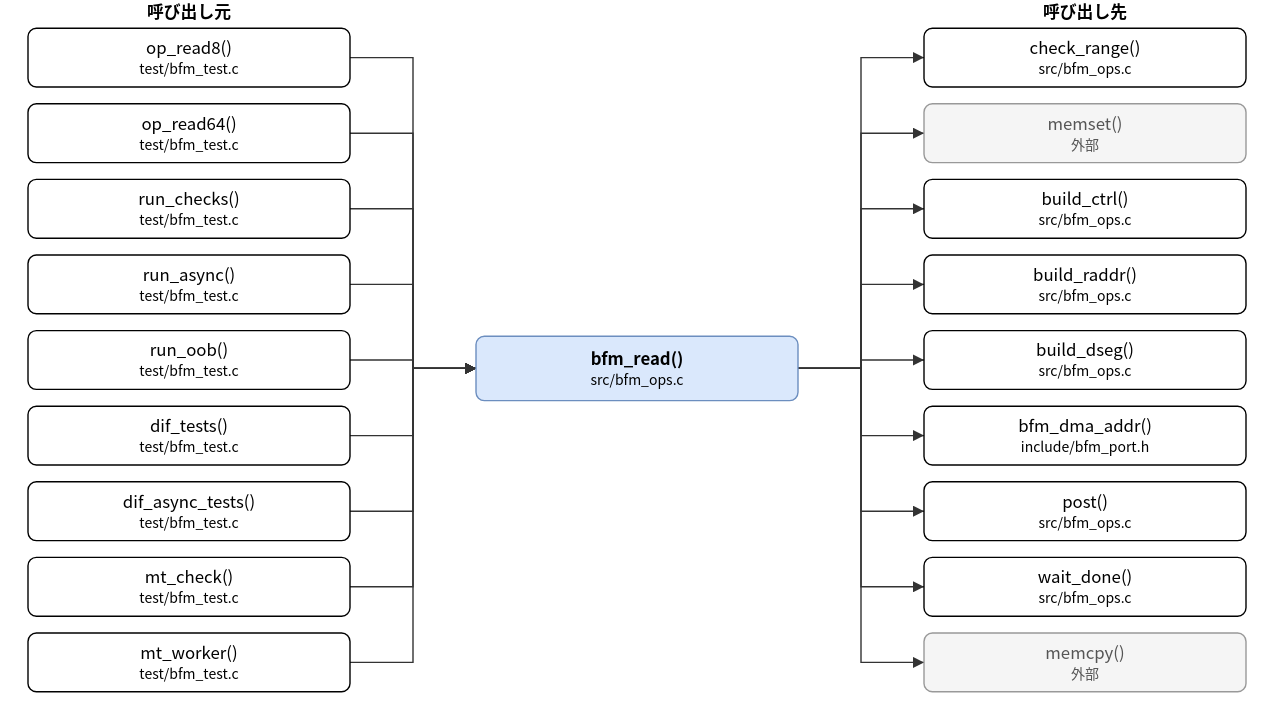
Above: doc/spec/images/call_src_bfm_ops-bfm_read.drawio.svg in hf355051012-ai/bfmem (draw.io), before the change. Source tidied: cells renumbered, new cells last; positions are measured from the earlier drawing's top-left corner, leaving out a move shared by most shapes.
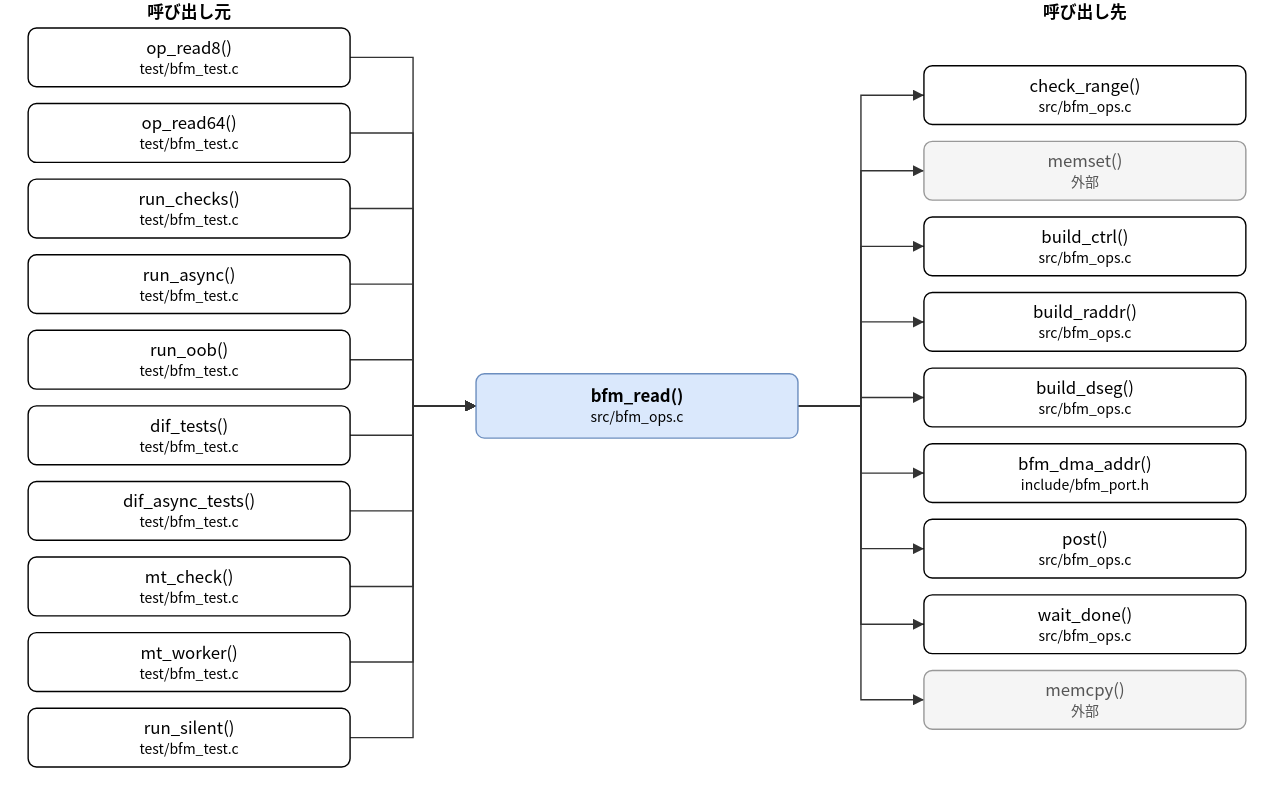
Above is the later version.

Change to the diagram source:
```diff
@@ -3,7 +3,7 @@
     <mxCell id="0" />
     <mxCell id="1" parent="0" />
     <mxCell id="2" value="bfm_read()&lt;br&gt;&lt;font style=&quot;font-size:10px&quot;&gt;src/bfm_ops.c&lt;/font&gt;" style="rounded=1;whiteSpace=wrap;html=1;fillColor=#dae8fc;strokeColor=#6c8ebf;fontStyle=1;" parent="1" vertex="1">
-      <mxGeometry x="320" y="240" width="230" height="46" as="geometry" />
+      <mxGeometry x="320" y="267" width="230" height="46" as="geometry" />
     </mxCell>
     <mxCell id="3" value="op_read8()&lt;br&gt;&lt;font style=&quot;font-size:10px&quot;&gt;test/bfm_test.c&lt;/font&gt;" style="rounded=1;whiteSpace=wrap;html=1;" parent="1" vertex="1">
       <mxGeometry y="20" width="230" height="42" as="geometry" />
@@ -32,38 +32,41 @@
     <mxCell id="11" value="mt_worker()&lt;br&gt;&lt;font style=&quot;font-size:10px&quot;&gt;test/bfm_test.c&lt;/font&gt;" style="rounded=1;whiteSpace=wrap;html=1;" parent="1" vertex="1">
       <mxGeometry y="452" width="230" height="42" as="geometry" />
     </mxCell>
+    <mxCell id="41" value="run_silent()&lt;br&gt;&lt;font style=&quot;font-size:10px&quot;&gt;test/bfm_test.c&lt;/font&gt;" style="rounded=1;whiteSpace=wrap;html=1;" parent="1" vertex="1">
+      <mxGeometry y="506" width="230" height="42" as="geometry" />
+    </mxCell>
     <mxCell id="12" value="check_range()&lt;br&gt;&lt;font style=&quot;font-size:10px&quot;&gt;src/bfm_ops.c&lt;/font&gt;" style="rounded=1;whiteSpace=wrap;html=1;" parent="1" vertex="1">
-      <mxGeometry x="640" y="20" width="230" height="42" as="geometry" />
+      <mxGeometry x="640" y="47" width="230" height="42" as="geometry" />
     </mxCell>
     <mxCell id="13" value="memset()&lt;br&gt;&lt;font style=&quot;font-size:10px&quot;&gt;外部&lt;/font&gt;" style="rounded=1;whiteSpace=wrap;html=1;fillColor=#f5f5f5;strokeColor=#999999;fontColor=#555555;" parent="1" vertex="1">
-      <mxGeometry x="640" y="74" width="230" height="42" as="geometry" />
+      <mxGeometry x="640" y="101" width="230" height="42" as="geometry" />
     </mxCell>
     <mxCell id="14" value="build_ctrl()&lt;br&gt;&lt;font style=&quot;font-size:10px&quot;&gt;src/bfm_ops.c&lt;/font&gt;" style="rounded=1;whiteSpace=wrap;html=1;" parent="1" vertex="1">
-      <mxGeometry x="640" y="128" width="230" height="42" as="geometry" />
+      <mxGeometry x="640" y="155" width="230" height="42" as="geometry" />
     </mxCell>
     <mxCell id="15" value="build_raddr()&lt;br&gt;&lt;font style=&quot;font-size:10px&quot;&gt;src/bfm_ops.c&lt;/font&gt;" style="rounded=1;whiteSpace=wrap;html=1;" parent="1" vertex="1">
-      <mxGeometry x="640" y="182" width="230" height="42" as="geometry" />
+      <mxGeometry x="640" y="209" width="230" height="42" as="geometry" />
     </mxCell>
     <mxCell id="16" value="build_dseg()&lt;br&gt;&lt;font style=&quot;font-size:10px&quot;&gt;src/bfm_ops.c&lt;/font&gt;" style="rounded=1;whiteSpace=wrap;html=1;" parent="1" vertex="1">
-      <mxGeometry x="640" y="236" width="230" height="42" as="geometry" />
+      <mxGeometry x="640" y="263" width="230" height="42" as="geometry" />
     </mxCell>
     <mxCell id="17" value="bfm_dma_addr()&lt;br&gt;&lt;font style=&quot;font-size:10px&quot;&gt;include/bfm_port.h&lt;/font&gt;" style="rounded=1;whiteSpace=wrap;html=1;" parent="1" vertex="1">
-      <mxGeometry x="640" y="290" width="230" height="42" as="geometry" />
+      <mxGeometry x="640" y="317" width="230" height="42" as="geometry" />
     </mxCell>
     <mxCell id="18" value="post()&lt;br&gt;&lt;font style=&quot;font-size:10px&quot;&gt;src/bfm_ops.c&lt;/font&gt;" style="rounded=1;whiteSpace=wrap;html=1;" parent="1" vertex="1">
-      <mxGeometry x="640" y="344" width="230" height="42" as="geometry" />
+      <mxGeometry x="640" y="371" width="230" height="42" as="geometry" />
     </mxCell>
     <mxCell id="19" value="wait_done()&lt;br&gt;&lt;font style=&quot;font-size:10px&quot;&gt;src/bfm_ops.c&lt;/font&gt;" style="rounded=1;whiteSpace=wrap;html=1;" parent="1" vertex="1">
-      <mxGeometry x="640" y="398" width="230" height="42" as="geometry" />
+      <mxGeometry x="640" y="425" width="230" height="42" as="geometry" />
     </mxCell>
     <mxCell id="20" value="memcpy()&lt;br&gt;&lt;font style=&quot;font-size:10px&quot;&gt;外部&lt;/font&gt;" style="rounded=1;whiteSpace=wrap;html=1;fillColor=#f5f5f5;strokeColor=#999999;fontColor=#555555;" parent="1" vertex="1">
-      <mxGeometry x="640" y="452" width="230" height="42" as="geometry" />
+      <mxGeometry x="640" y="479" width="230" height="42" as="geometry" />
     </mxCell>
     <mxCell id="21" style="edgeStyle=none;html=1;rounded=0;endArrow=block;endFill=1;exitX=1.0000;exitY=0.5000;exitDx=0;exitDy=0;exitPerimeter=0;entryX=0.0000;entryY=0.5000;entryDx=0;entryDy=0;entryPerimeter=0;" parent="1" edge="1" source="3" target="2">
       <mxGeometry relative="1" as="geometry">
         <Array as="points">
           <mxPoint x="275" y="41" />
-          <mxPoint x="275" y="263" />
+          <mxPoint x="275" y="290" />
         </Array>
       </mxGeometry>
     </mxCell>
@@ -71,7 +74,7 @@
       <mxGeometry relative="1" as="geometry">
         <Array as="points">
           <mxPoint x="275" y="95" />
-          <mxPoint x="275" y="263" />
+          <mxPoint x="275" y="290" />
         </Array>
       </mxGeometry>
     </mxCell>
@@ -79,7 +82,7 @@
       <mxGeometry relative="1" as="geometry">
         <Array as="points">
           <mxPoint x="275" y="149" />
-          <mxPoint x="275" y="263" />
+          <mxPoint x="275" y="290" />
         </Array>
       </mxGeometry>
     </mxCell>
@@ -87,7 +90,7 @@
       <mxGeometry relative="1" as="geometry">
         <Array as="points">
           <mxPoint x="275" y="203" />
-          <mxPoint x="275" y="263" />
+          <mxPoint x="275" y="290" />
         </Array>
       </mxGeometry>
     </mxCell>
@@ -95,7 +98,7 @@
       <mxGeometry relative="1" as="geometry">
         <Array as="points">
           <mxPoint x="275" y="257" />
-          <mxPoint x="275" y="263" />
+          <mxPoint x="275" y="290" />
         </Array>
       </mxGeometry>
     </mxCell>
@@ -103,7 +106,7 @@
       <mxGeometry relative="1" as="geometry">
         <Array as="points">
           <mxPoint x="275" y="311" />
-          <mxPoint x="275" y="263" />
+          <mxPoint x="275" y="290" />
         </Array>
       </mxGeometry>
     </mxCell>
@@ -111,7 +114,7 @@
       <mxGeometry relative="1" as="geometry">
         <Array as="points">
           <mxPoint x="275" y="365" />
-          <mxPoint x="275" y="263" />
+          <mxPoint x="275" y="290" />
         </Array>
       </mxGeometry>
     </mxCell>
@@ -119,7 +122,7 @@
       <mxGeometry relative="1" as="geometry">
         <Array as="points">
           <mxPoint x="275" y="419" />
-          <mxPoint x="275" y="263" />
+          <mxPoint x="275" y="290" />
         </Array>
       </mxGeometry>
     </mxCell>
@@ -127,82 +130,90 @@
       <mxGeometry relative="1" as="geometry">
         <Array as="points">
           <mxPoint x="275" y="473" />
-          <mxPoint x="275" y="263" />
+          <mxPoint x="275" y="290" />
         </Array>
       </mxGeometry>
     </mxCell>
-    <mxCell id="30" style="edgeStyle=none;html=1;rounded=0;endArrow=block;endFill=1;exitX=1.0000;exitY=0.5000;exitDx=0;exitDy=0;exitPerimeter=0;entryX=0.0000;entryY=0.5000;entryDx=0;entryDy=0;entryPerimeter=0;" parent="1" edge="1" source="2" target="12">
+    <mxCell id="30" style="edgeStyle=none;html=1;rounded=0;endArrow=block;endFill=1;exitX=1.0000;exitY=0.5000;exitDx=0;exitDy=0;exitPerimeter=0;entryX=0.0000;entryY=0.5000;entryDx=0;entryDy=0;entryPerimeter=0;" parent="1" edge="1" source="41" target="2">
       <mxGeometry relative="1" as="geometry">
         <Array as="points">
-          <mxPoint x="595" y="263" />
-          <mxPoint x="595" y="41" />
+          <mxPoint x="275" y="527" />
+          <mxPoint x="275" y="290" />
         </Array>
       </mxGeometry>
     </mxCell>
-    <mxCell id="31" style="edgeStyle=none;html=1;rounded=0;endArrow=block;endFill=1;exitX=1.0000;exitY=0.5000;exitDx=0;exitDy=0;exitPerimeter=0;entryX=0.0000;entryY=0.5000;entryDx=0;entryDy=0;entryPerimeter=0;" parent="1" edge="1" source="2" target="13">
+    <mxCell id="31" style="edgeStyle=none;html=1;rounded=0;endArrow=block;endFill=1;exitX=1.0000;exitY=0.5000;exitDx=0;exitDy=0;exitPerimeter=0;entryX=0.0000;entryY=0.5000;entryDx=0;entryDy=0;entryPerimeter=0;" parent="1" edge="1" source="2" target="12">
       <mxGeometry relative="1" as="geometry">
         <Array as="points">
-          <mxPoint x="595" y="263" />
-          <mxPoint x="595" y="95" />
+          <mxPoint x="595" y="290" />
+          <mxPoint x="595" y="68" />
         </Array>
       </mxGeometry>
     </mxCell>
-    <mxCell id="32" style="edgeStyle=none;html=1;rounded=0;endArrow=block;endFill=1;exitX=1.0000;exitY=0.5000;exitDx=0;exitDy=0;exitPerimeter=0;entryX=0.0000;entryY=0.5000;entryDx=0;entryDy=0;entryPerimeter=0;" parent="1" edge="1" source="2" target="14">
+    <mxCell id="32" style="edgeStyle=none;html=1;rounded=0;endArrow=block;endFill=1;exitX=1.0000;exitY=0.5000;exitDx=0;exitDy=0;exitPerimeter=0;entryX=0.0000;entryY=0.5000;entryDx=0;entryDy=0;entryPerimeter=0;" parent="1" edge="1" source="2" target="13">
       <mxGeometry relative="1" as="geometry">
         <Array as="points">
-          <mxPoint x="595" y="263" />
-          <mxPoint x="595" y="149" />
+          <mxPoint x="595" y="290" />
+          <mxPoint x="595" y="122" />
         </Array>
       </mxGeometry>
     </mxCell>
-    <mxCell id="33" style="edgeStyle=none;html=1;rounded=0;endArrow=block;endFill=1;exitX=1.0000;exitY=0.5000;exitDx=0;exitDy=0;exitPerimeter=0;entryX=0.0000;entryY=0.5000;entryDx=0;entryDy=0;entryPerimeter=0;" parent="1" edge="1" source="2" target="15">
+    <mxCell id="33" style="edgeStyle=none;html=1;rounded=0;endArrow=block;endFill=1;exitX=1.0000;exitY=0.5000;exitDx=0;exitDy=0;exitPerimeter=0;entryX=0.0000;entryY=0.5000;entryDx=0;entryDy=0;entryPerimeter=0;" parent="1" edge="1" source="2" target="14">
       <mxGeometry relative="1" as="geometry">
         <Array as="points">
-          <mxPoint x="595" y="263" />
-          <mxPoint x="595" y="203" />
+          <mxPoint x="595" y="290" />
+          <mxPoint x="595" y="176" />
         </Array>
       </mxGeometry>
     </mxCell>
-    <mxCell id="34" style="edgeStyle=none;html=1;rounded=0;endArrow=block;endFill=1;exitX=1.0000;exitY=0.5000;exitDx=0;exitDy=0;exitPerimeter=0;entryX=0.0000;entryY=0.5000;entryDx=0;entryDy=0;entryPerimeter=0;" parent="1" edge="1" source="2" target="16">
+    <mxCell id="34" style="edgeStyle=none;html=1;rounded=0;endArrow=block;endFill=1;exitX=1.0000;exitY=0.5000;exitDx=0;exitDy=0;exitPerimeter=0;entryX=0.0000;entryY=0.5000;entryDx=0;entryDy=0;entryPerimeter=0;" parent="1" edge="1" source="2" target="15">
       <mxGeometry relative="1" as="geometry">
         <Array as="points">
-          <mxPoint x="595" y="263" />
-          <mxPoint x="595" y="257" />
+          <mxPoint x="595" y="290" />
+          <mxPoint x="595" y="230" />
         </Array>
       </mxGeometry>
     </mxCell>
-    <mxCell id="35" style="edgeStyle=none;html=1;rounded=0;endArrow=block;endFill=1;exitX=1.0000;exitY=0.5000;exitDx=0;exitDy=0;exitPerimeter=0;entryX=0.0000;entryY=0.5000;entryDx=0;entryDy=0;entryPerimeter=0;" parent="1" edge="1" source="2" target="17">
+    <mxCell id="35" style="edgeStyle=none;html=1;rounded=0;endArrow=block;endFill=1;exitX=1.0000;exitY=0.5000;exitDx=0;exitDy=0;exitPerimeter=0;entryX=0.0000;entryY=0.5000;entryDx=0;entryDy=0;entryPerimeter=0;" parent="1" edge="1" source="2" target="16">
       <mxGeometry relative="1" as="geometry">
         <Array as="points">
-          <mxPoint x="595" y="263" />
-          <mxPoint x="595" y="311" />
+          <mxPoint x="595" y="290" />
+          <mxPoint x="595" y="284" />
         </Array>
       </mxGeometry>
     </mxCell>
-    <mxCell id="36" style="edgeStyle=none;html=1;rounded=0;endArrow=block;endFill=1;exitX=1.0000;exitY=0.5000;exitDx=0;exitDy=0;exitPerimeter=0;entryX=0.0000;entryY=0.5000;entryDx=0;entryDy=0;entryPerimeter=0;" parent="1" edge="1" source="2" target="18">
+    <mxCell id="36" style="edgeStyle=none;html=1;rounded=0;endArrow=block;endFill=1;exitX=1.0000;exitY=0.5000;exitDx=0;exitDy=0;exitPerimeter=0;entryX=0.0000;entryY=0.5000;entryDx=0;entryDy=0;entryPerimeter=0;" parent="1" edge="1" source="2" target="17">
       <mxGeometry relative="1" as="geometry">
         <Array as="points">
-          <mxPoint x="595" y="263" />
-          <mxPoint x="595" y="365" />
+          <mxPoint x="595" y="290" />
+          <mxPoint x="595" y="338" />
         </Array>
       </mxGeometry>
     </mxCell>
-    <mxCell id="37" style="edgeStyle=none;html=1;rounded=0;endArrow=block;endFill=1;exitX=1.0000;exitY=0.5000;exitDx=0;exitDy=0;exitPerimeter=0;entryX=0.0000;entryY=0.5000;entryDx=0;entryDy=0;entryPerimeter=0;" parent="1" edge="1" source="2" target="19">
+    <mxCell id="37" style="edgeStyle=none;html=1;rounded=0;endArrow=block;endFill=1;exitX=1.0000;exitY=0.5000;exitDx=0;exitDy=0;exitPerimeter=0;entryX=0.0000;entryY=0.5000;entryDx=0;entryDy=0;entryPerimeter=0;" parent="1" edge="1" source="2" target="18">
       <mxGeometry relative="1" as="geometry">
         <Array as="points">
-          <mxPoint x="595" y="263" />
-          <mxPoint x="595" y="419" />
+          <mxPoint x="595" y="290" />
+          <mxPoint x="595" y="392" />
         </Array>
       </mxGeometry>
     </mxCell>
-    <mxCell id="38" style="edgeStyle=none;html=1;rounded=0;endArrow=block;endFill=1;exitX=1.0000;exitY=0.5000;exitDx=0;exitDy=0;exitPerimeter=0;entryX=0.0000;entryY=0.5000;entryDx=0;entryDy=0;entryPerimeter=0;" parent="1" edge="1" source="2" target="20">
+    <mxCell id="38" style="edgeStyle=none;html=1;rounded=0;endArrow=block;endFill=1;exitX=1.0000;exitY=0.5000;exitDx=0;exitDy=0;exitPerimeter=0;entryX=0.0000;entryY=0.5000;entryDx=0;entryDy=0;entryPerimeter=0;" parent="1" edge="1" source="2" target="19">
       <mxGeometry relative="1" as="geometry">
         <Array as="points">
-          <mxPoint x="595" y="263" />
-          <mxPoint x="595" y="473" />
+          <mxPoint x="595" y="290" />
+          <mxPoint x="595" y="446" />
         </Array>
       </mxGeometry>
     </mxCell>
+    <mxCell id="42" style="edgeStyle=none;html=1;rounded=0;endArrow=block;endFill=1;exitX=1.0000;exitY=0.5000;exitDx=0;exitDy=0;exitPerimeter=0;entryX=0.0000;entryY=0.5000;entryDx=0;entryDy=0;entryPerimeter=0;" parent="1" edge="1" source="2" target="20">
+      <mxGeometry relative="1" as="geometry">
+        <Array as="points">
+          <mxPoint x="595" y="290" />
+          <mxPoint x="595" y="500" />
+        </Array>
+      </mxGeometry>
+    </mxCell>
     <mxCell id="39" value="呼び出し元" style="text;html=1;align=center;fontStyle=1;" parent="1" vertex="1">
       <mxGeometry x="35" width="160" height="18" as="geometry" />
     </mxCell>
```
